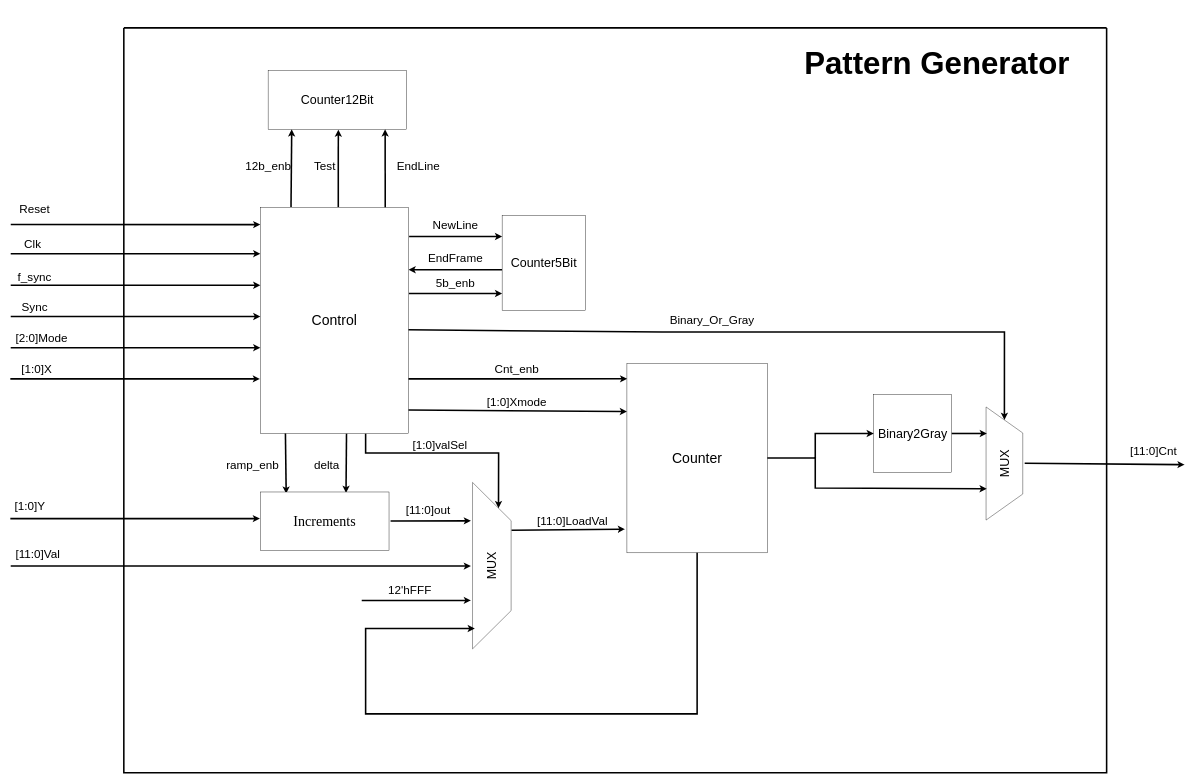
sabarioded/Patterns_Project keeps this draw.io diagram as Diagrams/Block_diagram.drawio. Above is the earlier version. Source tidied: cells renumbered, new cells numbered last; positions are measured from the earlier drawing's top-left corner, leaving out a move shared by most shapes. Both pictures are drawn from the tidied source at 39%, with x=0, y=0 at pixel (10, 8).
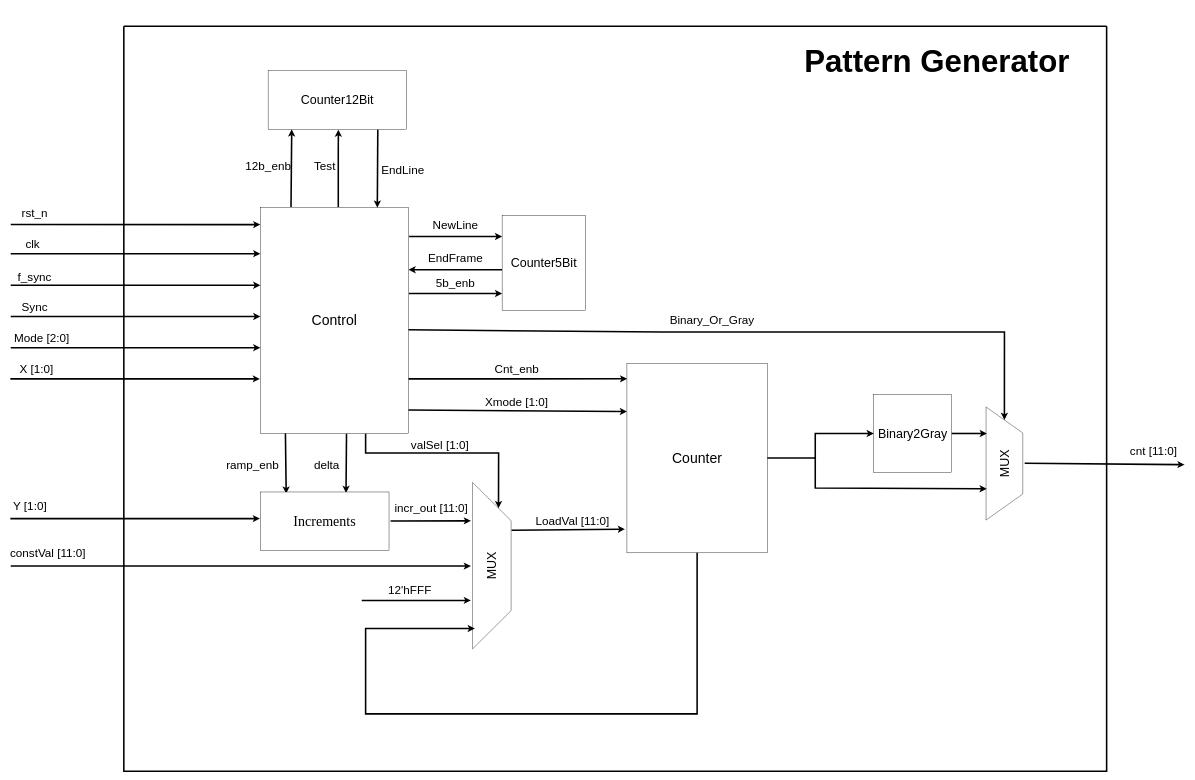
The same diagram, later.

The edit, as a diff of the source:
```diff
@@
-    <mxCell id="5" value="&lt;font style=&quot;font-size: 30px;&quot;&gt;Reset&lt;/font&gt;" style="text;html=1;align=center;verticalAlign=middle;strokeColor=none;fillColor=none;" parent="1" vertex="1">
-      <mxGeometry x="12" y="490" width="100" height="50" as="geometry" />
+    <mxCell id="5" value="&lt;font style=&quot;font-size: 30px;&quot;&gt;rst_n&lt;/font&gt;" style="text;html=1;align=center;verticalAlign=middle;strokeColor=none;fillColor=none;" parent="1" vertex="1">
+      <mxGeometry x="17" y="500" width="90" height="50" as="geometry" />
     </mxCell>
@@
-    <mxCell id="7" value="&lt;font style=&quot;font-size: 30px;&quot;&gt;Clk&lt;/font&gt;" style="text;html=1;align=center;verticalAlign=middle;strokeColor=none;fillColor=none;rotation=0;" parent="1" vertex="1">
-      <mxGeometry x="22" y="580" width="70" height="50" as="geometry" />
+    <mxCell id="7" value="&lt;font style=&quot;font-size: 30px;&quot;&gt;clk&lt;/font&gt;" style="text;html=1;align=center;verticalAlign=middle;strokeColor=none;fillColor=none;rotation=0;" parent="1" vertex="1">
+      <mxGeometry x="27" y="580" width="60" height="50" as="geometry" />
     </mxCell>
@@
-    <mxCell id="10" value="&lt;font style=&quot;font-size: 30px;&quot;&gt;[2:0]Mode&lt;/font&gt;" style="text;html=1;align=center;verticalAlign=middle;strokeColor=none;fillColor=none;" parent="1" vertex="1">
-      <mxGeometry y="820" width="160" height="50" as="geometry" />
+    <mxCell id="10" value="&lt;font style=&quot;font-size: 30px;&quot;&gt;Mode [2:0]&lt;/font&gt;" style="text;html=1;align=center;verticalAlign=middle;strokeColor=none;fillColor=none;" parent="1" vertex="1">
+      <mxGeometry x="-5" y="820" width="170" height="50" as="geometry" />
     </mxCell>
-    <mxCell id="11" value="&lt;font style=&quot;font-size: 30px;&quot;&gt;[1:0]X&lt;/font&gt;" style="text;html=1;align=center;verticalAlign=middle;strokeColor=none;fillColor=none;" parent="1" vertex="1">
-      <mxGeometry x="17" y="900" width="100" height="50" as="geometry" />
+    <mxCell id="11" value="&lt;font style=&quot;font-size: 30px;&quot;&gt;X [1:0]&lt;/font&gt;" style="text;html=1;align=center;verticalAlign=middle;strokeColor=none;fillColor=none;" parent="1" vertex="1">
+      <mxGeometry x="12" y="900" width="110" height="50" as="geometry" />
     </mxCell>
-    <mxCell id="12" value="&lt;font style=&quot;font-size: 30px;&quot;&gt;[1:0]Y&lt;/font&gt;" style="text;html=1;align=center;verticalAlign=middle;strokeColor=none;fillColor=none;" parent="1" vertex="1">
-      <mxGeometry y="1250" width="100" height="50" as="geometry" />
+    <mxCell id="12" value="&lt;font style=&quot;font-size: 30px;&quot;&gt;Y [1:0]&lt;/font&gt;" style="text;html=1;align=center;verticalAlign=middle;strokeColor=none;fillColor=none;" parent="1" vertex="1">
+      <mxGeometry x="-5" y="1250" width="110" height="50" as="geometry" />
     </mxCell>
@@
-    <mxCell id="19" value="&lt;font style=&quot;font-size: 30px;&quot;&gt;[11:0]LoadVal&lt;/font&gt;" style="text;html=1;align=center;verticalAlign=middle;strokeColor=none;fillColor=none;" parent="1" vertex="1">
-      <mxGeometry x="1341" y="1290" width="200" height="50" as="geometry" />
+    <mxCell id="19" value="&lt;font style=&quot;font-size: 30px;&quot;&gt;LoadVal [11:0]&lt;/font&gt;" style="text;html=1;align=center;verticalAlign=middle;strokeColor=none;fillColor=none;" parent="1" vertex="1">
+      <mxGeometry x="1336" y="1290" width="210" height="50" as="geometry" />
     </mxCell>
@@
-    <mxCell id="21" value="&lt;font style=&quot;font-size: 30px;&quot;&gt;[1:0]Xmode&lt;/font&gt;" style="text;html=1;align=center;verticalAlign=middle;strokeColor=none;fillColor=none;" parent="1" vertex="1">
-      <mxGeometry x="1208" y="985" width="180" height="50" as="geometry" />
+    <mxCell id="21" value="&lt;font style=&quot;font-size: 30px;&quot;&gt;Xmode [1:0]&lt;/font&gt;" style="text;html=1;align=center;verticalAlign=middle;strokeColor=none;fillColor=none;" parent="1" vertex="1">
+      <mxGeometry x="1203" y="985" width="190" height="50" as="geometry" />
     </mxCell>
@@
     <mxCell id="29" value="&lt;font style=&quot;font-size: 30px;&quot;&gt;EndLine&lt;/font&gt;" style="text;html=1;align=center;verticalAlign=middle;strokeColor=none;fillColor=none;" parent="1" vertex="1">
-      <mxGeometry x="981" y="380" width="130" height="50" as="geometry" />
+      <mxGeometry x="941" y="390" width="130" height="50" as="geometry" />
     </mxCell>
@@
-    <mxCell id="37" value="&lt;font style=&quot;font-size: 30px;&quot;&gt;[11:0]out&lt;/font&gt;" style="text;html=1;align=center;verticalAlign=middle;strokeColor=none;fillColor=none;" parent="1" vertex="1">
-      <mxGeometry x="1001" y="1260" width="140" height="50" as="geometry" />
-    </mxCell>
@@
-    <mxCell id="40" value="&lt;font style=&quot;font-size: 30px;&quot;&gt;[11:0]Val&lt;/font&gt;" style="text;html=1;align=center;verticalAlign=middle;strokeColor=none;fillColor=none;" parent="1" vertex="1">
-      <mxGeometry y="1375" width="140" height="50" as="geometry" />
+    <mxCell id="40" value="&lt;font style=&quot;font-size: 30px;&quot;&gt;constVal [11:0]&lt;/font&gt;" style="text;html=1;align=center;verticalAlign=middle;strokeColor=none;fillColor=none;" parent="1" vertex="1">
+      <mxGeometry x="-9" y="1370" width="210" height="50" as="geometry" />
     </mxCell>
@@
-    <mxCell id="44" value="&lt;font style=&quot;font-size: 30px;&quot;&gt;[1:0]valSel&lt;/font&gt;" style="text;html=1;align=center;verticalAlign=middle;strokeColor=none;fillColor=none;" parent="1" vertex="1">
-      <mxGeometry x="1021" y="1095" width="160" height="50" as="geometry" />
+    <mxCell id="44" value="&lt;font style=&quot;font-size: 30px;&quot;&gt;valSel [1:0]&lt;/font&gt;" style="text;html=1;align=center;verticalAlign=middle;strokeColor=none;fillColor=none;" parent="1" vertex="1">
+      <mxGeometry x="1016" y="1095" width="170" height="50" as="geometry" />
     </mxCell>
@@
-    <mxCell id="50" value="&lt;font style=&quot;font-size: 30px;&quot;&gt;[11:0]Cnt&lt;/font&gt;" style="text;html=1;align=center;verticalAlign=middle;strokeColor=none;fillColor=none;" parent="1" vertex="1">
+    <mxCell id="50" value="&lt;span style=&quot;font-size: 30px;&quot;&gt;cnt [11:0]&lt;/span&gt;" style="text;html=1;align=center;verticalAlign=middle;strokeColor=none;fillColor=none;" parent="1" vertex="1">
       <mxGeometry x="2861" y="1110" width="140" height="50" as="geometry" />
     </mxCell>
@@
-    <mxCell id="57" style="endArrow=classic;html=1;rounded=0;exitX=0.843;exitY=0;exitDx=0;exitDy=0;exitPerimeter=0;strokeWidth=4;" parent="1" edge="1">
-      <mxGeometry relative="1" as="geometry">
-        <mxPoint x="961.3" y="510" as="sourcePoint" />
-        <mxPoint x="961" y="310" as="targetPoint" />
-      </mxGeometry>
-    </mxCell>
@@
     <mxCell id="63" style="swimlane;startSize=0;strokeWidth=4;" parent="1" vertex="1">
-      <mxGeometry x="291" y="50" width="2520" height="1910" as="geometry" />
+      <mxGeometry x="291" y="46" width="2520" height="1910" as="geometry" />
     </mxCell>
@@
+    <mxCell id="37" value="&lt;font style=&quot;font-size: 30px;&quot;&gt;incr_out [11:0]&lt;/font&gt;" style="text;html=1;align=center;verticalAlign=middle;strokeColor=none;fillColor=none;" parent="63" vertex="1">
+      <mxGeometry x="683" y="1211" width="210" height="50" as="geometry" />
+    </mxCell>
+    <mxCell id="57" style="endArrow=classic;html=1;rounded=0;exitX=0.75;exitY=1;exitDx=0;exitDy=0;strokeWidth=4;entryX=0.75;entryY=0;entryDx=0;entryDy=0;" parent="1" edge="1">
+      <mxGeometry relative="1" as="geometry">
+        <mxPoint x="942.2" y="311" as="sourcePoint" />
+        <mxPoint x="941" y="511" as="targetPoint" />
+      </mxGeometry>
+    </mxCell>
```
